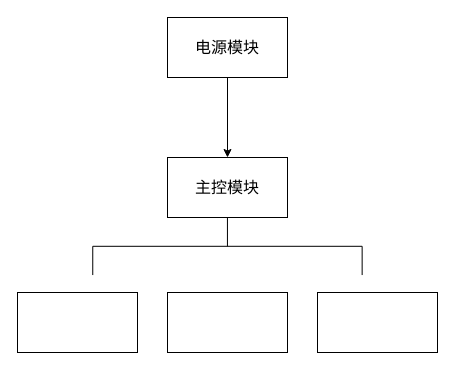
The draw.io diagram Untitled Diagram.drawio in daftpumpkin/IoT.io, before the edit. Source tidied: cells renumbered, new cells numbered last; positions are measured from the earlier drawing's top-left corner, leaving out a move shared by most shapes. Both pictures are drawn from the tidied source at 100%, with x=0, y=0 at pixel (17, 17).
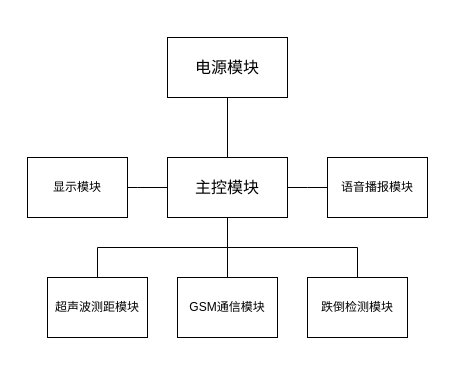
The same page after the edit.

Unchanged cells that the change refers to:
```xml
<mxCell id="4" value="&lt;font style=&quot;font-size: 16px&quot;&gt;主控模块&lt;/font&gt;" style="rounded=0;whiteSpace=wrap;html=1;" parent="1" vertex="1">
  <mxGeometry x="150" y="140" width="120" height="60" as="geometry" />
</mxCell>
```

What changed in the source:
```diff
@@
-    <mxCell id="2" style="edgeStyle=orthogonalEdgeStyle;rounded=0;jettySize=auto;html=1;" parent="1" edge="1" source="3" target="4">
-      <mxGeometry relative="1" as="geometry" />
-    </mxCell>
     <mxCell id="3" value="&lt;font style=&quot;font-size: 16px&quot;&gt;电源模块&lt;/font&gt;" style="rounded=0;whiteSpace=wrap;html=1;" parent="1" vertex="1">
-      <mxGeometry x="150" width="120" height="60" as="geometry" />
+      <mxGeometry x="150" y="20" width="120" height="60" as="geometry" />
     </mxCell>
@@
-    <mxCell id="5" style="strokeWidth=1;html=1;shape=mxgraph.flowchart.annotation_2;align=left;labelPosition=right;rotation=90;" parent="1" vertex="1">
-      <mxGeometry x="181.2" y="94.1" width="57.5" height="269.4" as="geometry" />
-    </mxCell>
-    <mxCell id="6" style="rounded=0;whiteSpace=wrap;html=1;strokeWidth=1;" parent="1" vertex="1">
-      <mxGeometry x="150" y="275" width="120" height="60" as="geometry" />
-    </mxCell>
-    <mxCell id="7" style="rounded=0;whiteSpace=wrap;html=1;strokeWidth=1;" parent="1" vertex="1">
-      <mxGeometry x="300" y="275" width="120" height="60" as="geometry" />
-    </mxCell>
-    <mxCell id="8" style="rounded=0;whiteSpace=wrap;html=1;strokeWidth=1;" parent="1" vertex="1">
-      <mxGeometry y="275" width="120" height="60" as="geometry" />
-    </mxCell>
+    <mxCell id="9" value="跌倒检测模块" style="whiteSpace=wrap;html=1;align=center;verticalAlign=middle;newEdgeStyle={&quot;edgeStyle&quot;:&quot;elbowEdgeStyle&quot;,&quot;startArrow&quot;:&quot;none&quot;,&quot;endArrow&quot;:&quot;none&quot;};" parent="1" vertex="1">
+      <mxGeometry x="290" y="260" width="100" height="60" as="geometry" />
+    </mxCell>
+    <mxCell id="10" style="edgeStyle=elbowEdgeStyle;elbow=vertical;startArrow=none;endArrow=none;rounded=0;entryX=0.5;entryY=0;entryDx=0;entryDy=0;" parent="1" edge="1" target="9">
+      <mxGeometry relative="1" as="geometry">
+        <mxPoint x="210" y="230" as="sourcePoint" />
+        <Array as="points">
+          <mxPoint x="400" y="230" />
+        </Array>
+      </mxGeometry>
+    </mxCell>
+    <mxCell id="11" value="GSM通信模块" style="whiteSpace=wrap;html=1;align=center;verticalAlign=middle;newEdgeStyle={&quot;edgeStyle&quot;:&quot;elbowEdgeStyle&quot;,&quot;startArrow&quot;:&quot;none&quot;,&quot;endArrow&quot;:&quot;none&quot;};" parent="1" vertex="1">
+      <mxGeometry x="160" y="260" width="100" height="60" as="geometry" />
+    </mxCell>
+    <mxCell id="12" style="edgeStyle=elbowEdgeStyle;elbow=vertical;startArrow=none;endArrow=none;rounded=0;exitX=0.5;exitY=1;exitDx=0;exitDy=0;entryX=0.5;entryY=0;entryDx=0;entryDy=0;" parent="1" edge="1" source="4" target="11">
+      <mxGeometry relative="1" as="geometry" />
+    </mxCell>
+    <mxCell id="13" value="超声波测距模块" style="whiteSpace=wrap;html=1;align=center;verticalAlign=middle;newEdgeStyle={&quot;edgeStyle&quot;:&quot;elbowEdgeStyle&quot;,&quot;startArrow&quot;:&quot;none&quot;,&quot;endArrow&quot;:&quot;none&quot;};" parent="1" vertex="1">
+      <mxGeometry x="30" y="260" width="100" height="60" as="geometry" />
+    </mxCell>
+    <mxCell id="14" style="edgeStyle=elbowEdgeStyle;elbow=vertical;startArrow=none;endArrow=none;rounded=0;entryX=0.5;entryY=0;entryDx=0;entryDy=0;" parent="1" edge="1" target="13">
+      <mxGeometry relative="1" as="geometry">
+        <mxPoint x="210" y="230" as="sourcePoint" />
+        <Array as="points">
+          <mxPoint x="80" y="230" />
+        </Array>
+      </mxGeometry>
+    </mxCell>
+    <mxCell id="15" style="endArrow=none;html=1;entryX=0.5;entryY=1;entryDx=0;entryDy=0;exitX=0.5;exitY=0;exitDx=0;exitDy=0;" parent="1" edge="1" source="4" target="3">
+      <mxGeometry relative="1" as="geometry" />
+    </mxCell>
+    <mxCell id="16" value="语音播报模块" style="whiteSpace=wrap;html=1;align=center;verticalAlign=middle;newEdgeStyle={&quot;edgeStyle&quot;:&quot;elbowEdgeStyle&quot;,&quot;startArrow&quot;:&quot;none&quot;,&quot;endArrow&quot;:&quot;none&quot;};" parent="1" vertex="1">
+      <mxGeometry x="310" y="140" width="100" height="60" as="geometry" />
+    </mxCell>
+    <mxCell id="17" style="edgeStyle=elbowEdgeStyle;elbow=vertical;startArrow=none;endArrow=none;rounded=0;entryX=0;entryY=0.5;entryDx=0;entryDy=0;" parent="1" edge="1" target="16">
+      <mxGeometry relative="1" as="geometry">
+        <mxPoint x="270" y="170" as="sourcePoint" />
+        <Array as="points">
+          <mxPoint x="290" y="170" />
+          <mxPoint x="300" y="180" />
+          <mxPoint x="320" y="170" />
+          <mxPoint x="320" y="100" />
+          <mxPoint x="380" y="110" />
+        </Array>
+      </mxGeometry>
+    </mxCell>
+    <mxCell id="18" value="显示模块" style="whiteSpace=wrap;html=1;align=center;verticalAlign=middle;newEdgeStyle={&quot;edgeStyle&quot;:&quot;elbowEdgeStyle&quot;,&quot;startArrow&quot;:&quot;none&quot;,&quot;endArrow&quot;:&quot;none&quot;};" parent="1" vertex="1">
+      <mxGeometry x="10" y="140" width="100" height="60" as="geometry" />
+    </mxCell>
+    <mxCell id="19" style="edgeStyle=elbowEdgeStyle;elbow=vertical;startArrow=none;endArrow=none;rounded=0;exitX=1;exitY=0.5;exitDx=0;exitDy=0;entryX=0;entryY=0.5;entryDx=0;entryDy=0;" parent="1" edge="1" source="18" target="4">
+      <mxGeometry relative="1" as="geometry">
+        <Array as="points">
+          <mxPoint x="120" y="170" />
+          <mxPoint x="120" y="169.8" />
+          <mxPoint x="120" y="99.8" />
+          <mxPoint x="180" y="109.8" />
+        </Array>
+      </mxGeometry>
+    </mxCell>
```
